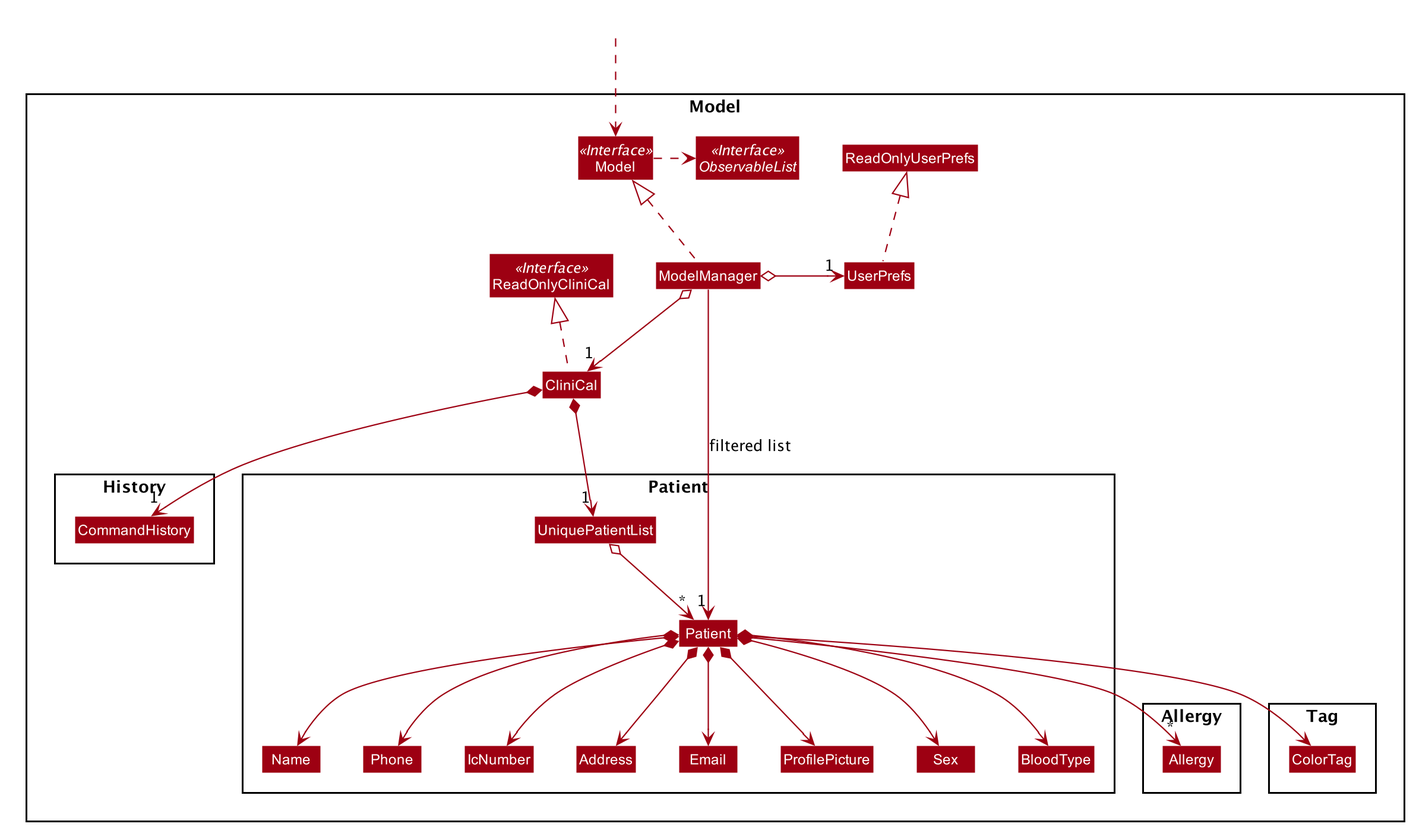
This is docs/images/ModelClassDiagram.png from nus-cs2103-AY2021S1/tp, a PlantUML export, as it was before one commit.
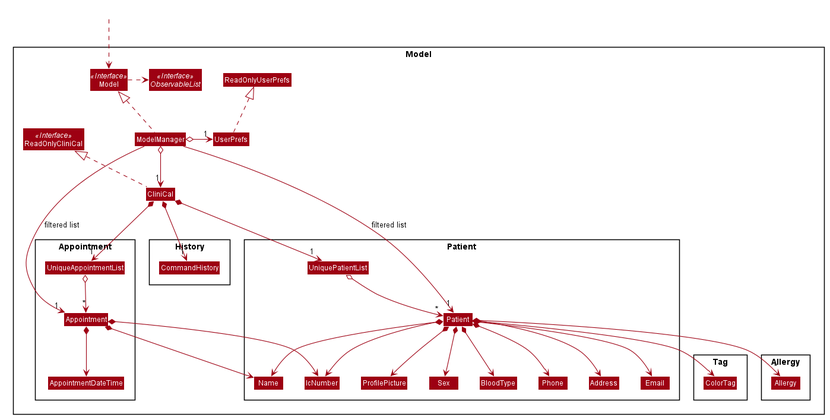
Later version of the same file.

The edit, as a diff of the source:
```diff
@@ -86,6 +86,12 @@
 Package History {
 Class CommandHistory
 }
+
+Package Appointment {
+Class UniqueAppointmentList
+Class Appointment
+Class AppointmentDateTime
+}
 }
 
 Class HiddenOutside #FFFFFF
@@ -122,5 +128,12 @@
 Sex -[hidden]right-> BloodType
 Allergy -[hidden]right-> BloodType
 
+CliniCal *--> "1" UniqueAppointmentList
+UniqueAppointmentList o--> "*" Appointment
+Appointment *--> AppointmentDateTime
+Appointment *--> Name
+Appointment *--> IcNumber
+
 ModelManager -->"1" Patient : filtered list
+ModelManager -->"1" Appointment : filtered list
 @enduml
```
